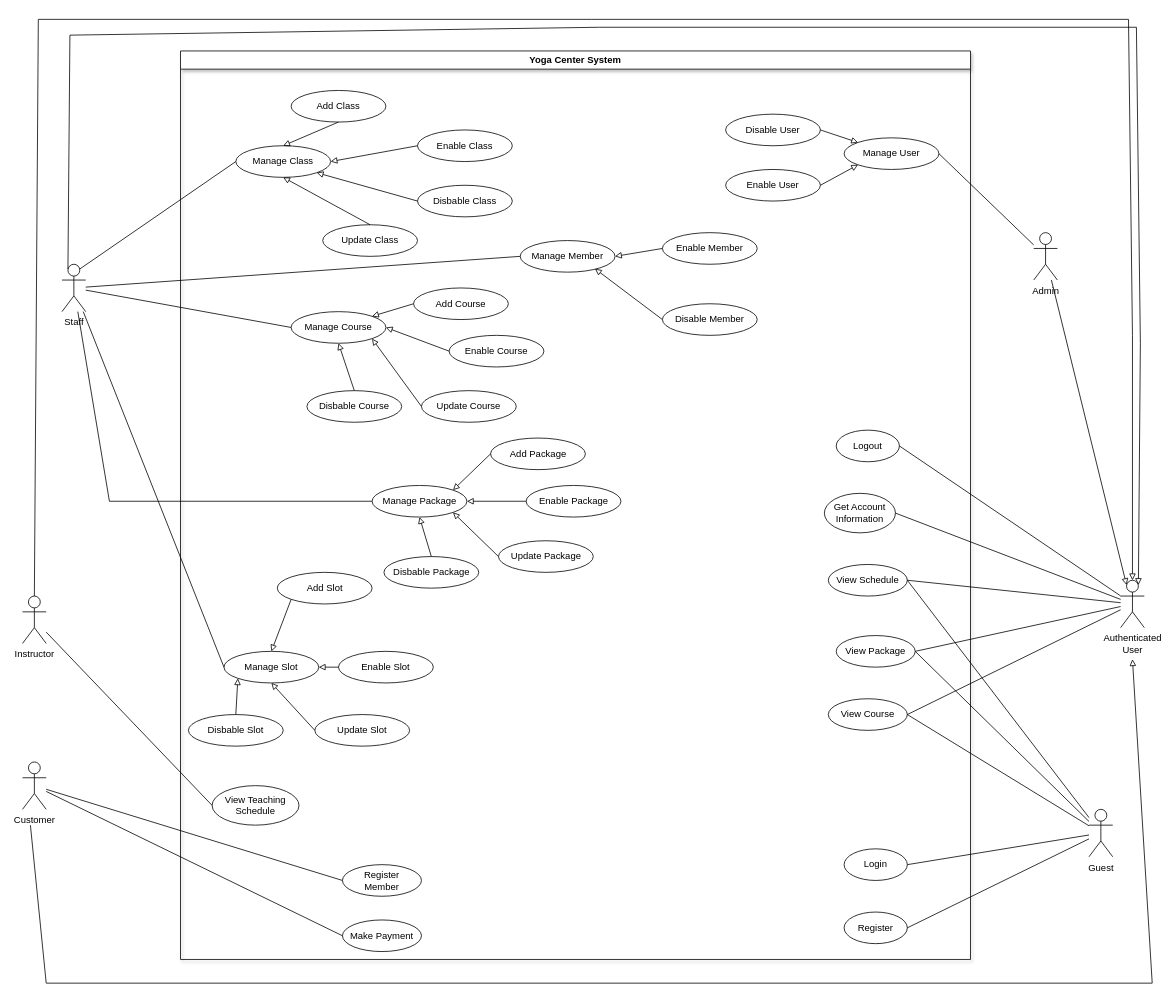
minhng-178/web-starter-projects keeps this draw.io diagram as page "UseCase Diagram" (4 of 8) of Untitled Diagram.drawio. Above is the earlier version. Source tidied: cells renumbered, new cells numbered last; positions are measured from the earlier drawing's top-left corner, leaving out a move shared by most shapes. Both pictures are drawn from the tidied source at 79%, with x=0, y=0 at pixel (22, 19).
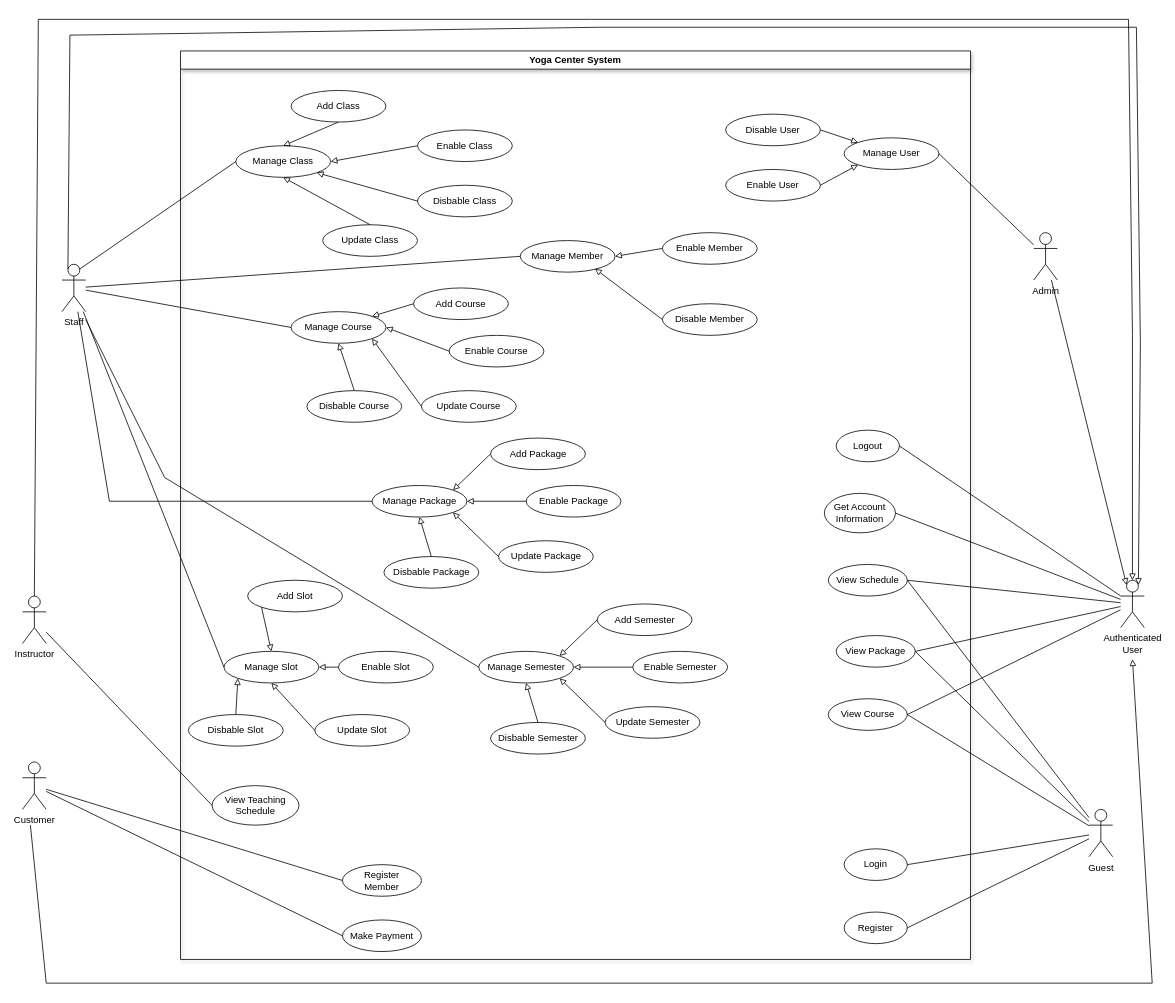
The same diagram, later.

The change refers to these unchanged cells:
```xml
<mxCell id="2" value="Yoga Center System" style="swimlane;whiteSpace=wrap;html=1;shadow=1;fontStyle=1;" parent="1" vertex="1">
  <mxGeometry x="200" y="40" width="1000" height="1150" as="geometry" />
</mxCell>
```

Diff of the diagram source:
```diff
@@
     <mxCell id="57" value="Add Slot" style="ellipse;whiteSpace=wrap;html=1;" parent="2" vertex="1">
-      <mxGeometry x="122.5" y="660" width="120" height="40" as="geometry" />
+      <mxGeometry x="85" y="670" width="120" height="40" as="geometry" />
     </mxCell>
@@
+    <mxCell id="88" value="Manage Semester" style="ellipse;whiteSpace=wrap;html=1;" parent="2" vertex="1">
+      <mxGeometry x="377.5" y="760" width="120" height="40" as="geometry" />
+    </mxCell>
+    <mxCell id="89" value="Add Semester" style="ellipse;whiteSpace=wrap;html=1;" parent="2" vertex="1">
+      <mxGeometry x="527.5" y="700" width="120" height="40" as="geometry" />
+    </mxCell>
+    <mxCell id="90" value="Enable Semester" style="ellipse;whiteSpace=wrap;html=1;" parent="2" vertex="1">
+      <mxGeometry x="572.5" y="760" width="120" height="40" as="geometry" />
+    </mxCell>
+    <mxCell id="91" value="Disbable Semester" style="ellipse;whiteSpace=wrap;html=1;" parent="2" vertex="1">
+      <mxGeometry x="392.5" y="850" width="120" height="40" as="geometry" />
+    </mxCell>
+    <mxCell id="92" value="Update Semester" style="ellipse;whiteSpace=wrap;html=1;" parent="2" vertex="1">
+      <mxGeometry x="537.5" y="830" width="120" height="40" as="geometry" />
+    </mxCell>
+    <mxCell id="93" style="endArrow=block;html=1;rounded=0;entryX=0.5;entryY=1;entryDx=0;entryDy=0;endFill=0;exitX=0.5;exitY=0;exitDx=0;exitDy=0;" parent="2" edge="1" source="91" target="88">
+      <mxGeometry relative="1" as="geometry" />
+    </mxCell>
+    <mxCell id="94" style="endArrow=block;html=1;rounded=0;entryX=1;entryY=0;entryDx=0;entryDy=0;endFill=0;exitX=0;exitY=0.5;exitDx=0;exitDy=0;" parent="2" edge="1" source="89" target="88">
+      <mxGeometry relative="1" as="geometry" />
+    </mxCell>
+    <mxCell id="95" style="endArrow=block;html=1;rounded=0;entryX=1;entryY=0.5;entryDx=0;entryDy=0;endFill=0;exitX=0;exitY=0.5;exitDx=0;exitDy=0;" parent="2" edge="1" source="90" target="88">
+      <mxGeometry relative="1" as="geometry" />
+    </mxCell>
+    <mxCell id="96" style="endArrow=block;html=1;rounded=0;entryX=1;entryY=1;entryDx=0;entryDy=0;endFill=0;exitX=0;exitY=0.5;exitDx=0;exitDy=0;" parent="2" edge="1" source="92" target="88">
+      <mxGeometry relative="1" as="geometry" />
+    </mxCell>
@@
+    <mxCell id="97" style="endArrow=none;html=1;rounded=0;entryX=0;entryY=0.5;entryDx=0;entryDy=0;" parent="1" edge="1" target="88">
+      <mxGeometry relative="1" as="geometry">
+        <mxPoint x="80" y="380" as="sourcePoint" />
+        <Array as="points">
+          <mxPoint x="180" y="580" />
+        </Array>
+      </mxGeometry>
+    </mxCell>
```
